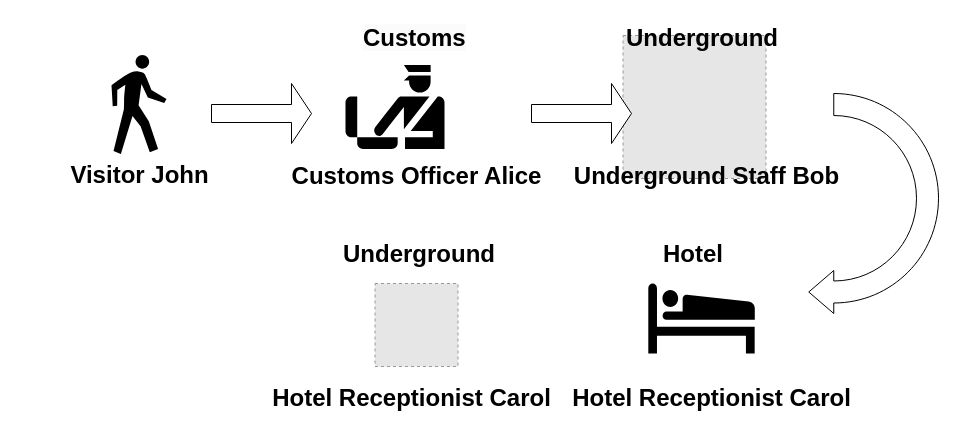
The draw.io diagram john trace.drawio in sunmiao0301/Public-Pic-Bed, before the edit. Source tidied: cells renumbered, new cells numbered last; positions are measured from the earlier drawing's top-left corner, leaving out a move shared by most shapes. Both pictures are drawn from the tidied source at 100%, with x=0, y=0 at pixel (111, 17). Pictures stored in the file or linked from it are replaced by grey dashed boxes.
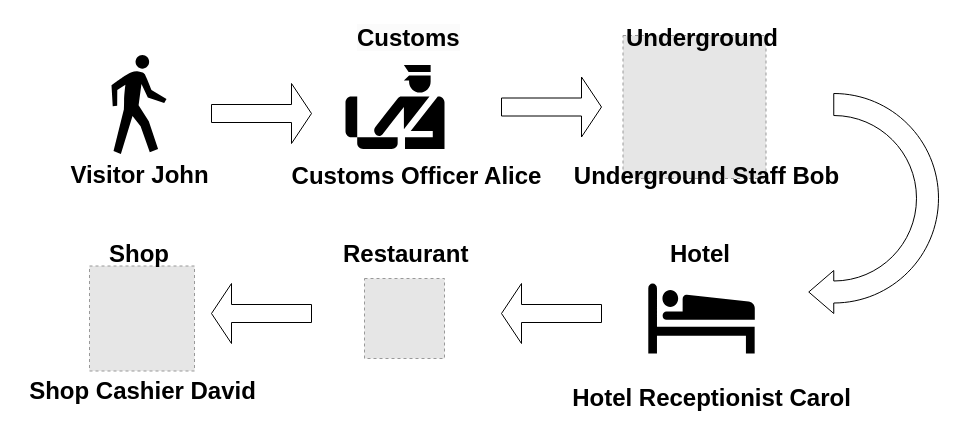
The same page after the edit.

Change to the diagram source:
```diff
@@
-    <mxCell id="4" style="group;" parent="1" vertex="1">
-      <mxGeometry x="170" width="270" height="179" as="geometry" />
-    </mxCell>
-    <mxCell id="5" style="shape=mxgraph.signs.travel.customs;html=1;fillColor=#000000;strokeColor=none;verticalLabelPosition=bottom;verticalAlign=top;align=center;" parent="4" vertex="1">
-      <mxGeometry x="64" y="47.5" width="99" height="84" as="geometry" />
-    </mxCell>
-    <mxCell id="6" value="&lt;b style=&quot;border-color: var(--border-color); font-size: 24px;&quot;&gt;Customs Officer Alice&lt;/b&gt;" style="text;html=1;align=center;verticalAlign=middle;strokeColor=none;fillColor=none;" parent="4" vertex="1">
-      <mxGeometry y="139" width="270" height="40" as="geometry" />
-    </mxCell>
-    <mxCell id="7" value="&lt;b style=&quot;border-color: var(--border-color); color: rgb(0, 0, 0); font-family: Helvetica; font-style: normal; font-variant-ligatures: normal; font-variant-caps: normal; letter-spacing: normal; orphans: 2; text-align: center; text-indent: 0px; text-transform: none; widows: 2; word-spacing: 0px; -webkit-text-stroke-width: 0px; background-color: rgb(251, 251, 251); text-decoration-thickness: initial; text-decoration-style: initial; text-decoration-color: initial; font-size: 24px;&quot;&gt;Customs&lt;/b&gt;" style="text;whiteSpace=wrap;html=1;" parent="4" vertex="1">
-      <mxGeometry x="80" width="140" height="50" as="geometry" />
-    </mxCell>
@@
-    <mxCell id="11" style="shape=singleArrow;whiteSpace=wrap;html=1;" parent="1" vertex="1">
-      <mxGeometry x="420" y="66" width="100" height="60" as="geometry" />
-    </mxCell>
@@
     <mxCell id="14" value="&lt;div style=&quot;text-align: center;&quot;&gt;&lt;span style=&quot;background-color: initial; font-size: 24px;&quot;&gt;&lt;b&gt;Hotel&lt;/b&gt;&lt;/span&gt;&lt;/div&gt;" style="text;whiteSpace=wrap;html=1;" parent="1" vertex="1">
-      <mxGeometry x="550" y="216" width="140" height="50" as="geometry" />
+      <mxGeometry x="557" y="216" width="140" height="50" as="geometry" />
     </mxCell>
@@
-    <mxCell id="16" value="&lt;div style=&quot;text-align: center;&quot;&gt;&lt;span style=&quot;background-color: initial; font-size: 24px;&quot;&gt;&lt;b&gt;Underground&lt;/b&gt;&lt;/span&gt;&lt;/div&gt;" style="text;whiteSpace=wrap;html=1;" parent="1" vertex="1">
+    <mxCell id="16" value="&lt;div style=&quot;text-align: center;&quot;&gt;&lt;span style=&quot;font-size: 24px;&quot;&gt;&lt;b&gt;Restaurant&lt;/b&gt;&lt;/span&gt;&lt;/div&gt;" style="text;whiteSpace=wrap;html=1;" parent="1" vertex="1">
       <mxGeometry x="230" y="216" width="140" height="50" as="geometry" />
     </mxCell>
     <mxCell id="17" style="fillColor=#E6E6E6;strokeColor=#999999;dashed=1;html=1;verticalAlign=top;verticalLabelPosition=bottom;labelBackgroundColor=#ffffff;" parent="1" vertex="1">
-      <mxGeometry x="263.5" y="266" width="83" height="83" as="geometry" />
+      <mxGeometry x="253" y="261" width="80" height="80" as="geometry" />
     </mxCell>
-    <mxCell id="18" value="&lt;font style=&quot;font-size: 24px;&quot;&gt;&lt;b&gt;Hotel Receptionist Carol&lt;/b&gt;&lt;/font&gt;" style="text;html=1;align=center;verticalAlign=middle;strokeColor=none;fillColor=none;" parent="1" vertex="1">
-      <mxGeometry x="150" y="361" width="300" height="40" as="geometry" />
-    </mxCell>
+    <mxCell id="19" style="shape=singleArrow;whiteSpace=wrap;html=1;rotation=-180;" parent="1" vertex="1">
+      <mxGeometry x="390" y="266" width="100" height="60" as="geometry" />
+    </mxCell>
+    <mxCell id="20" style="shape=singleArrow;whiteSpace=wrap;html=1;rotation=-180;" parent="1" vertex="1">
+      <mxGeometry x="100" y="266" width="100" height="60" as="geometry" />
+    </mxCell>
+    <mxCell id="21" style="fillColor=#E6E6E6;strokeColor=#999999;dashed=1;html=1;verticalAlign=top;verticalLabelPosition=bottom;labelBackgroundColor=#ffffff;" parent="1" vertex="1">
+      <mxGeometry x="-22" y="248.5" width="105" height="105" as="geometry" />
+    </mxCell>
+    <mxCell id="22" value="&lt;div style=&quot;&quot;&gt;&lt;span style=&quot;font-size: 24px;&quot;&gt;&lt;b&gt;Shop&lt;/b&gt;&lt;/span&gt;&lt;/div&gt;" style="text;whiteSpace=wrap;html=1;align=center;" parent="1" vertex="1">
+      <mxGeometry x="-42.5" y="216" width="140" height="50" as="geometry" />
+    </mxCell>
+    <mxCell id="23" value="&lt;font style=&quot;font-size: 24px;&quot;&gt;&lt;b&gt;Shop Cashier David&lt;/b&gt;&lt;/font&gt;" style="text;html=1;align=center;verticalAlign=middle;strokeColor=none;fillColor=none;" parent="1" vertex="1">
+      <mxGeometry x="-94.5" y="353.5" width="250" height="40" as="geometry" />
+    </mxCell>
+    <mxCell id="5" style="shape=mxgraph.signs.travel.customs;html=1;fillColor=#000000;strokeColor=none;verticalLabelPosition=bottom;verticalAlign=top;align=center;" parent="1" vertex="1">
+      <mxGeometry x="234" y="47.5" width="99" height="84" as="geometry" />
+    </mxCell>
+    <mxCell id="6" value="&lt;b style=&quot;border-color: var(--border-color); font-size: 24px;&quot;&gt;Customs Officer Alice&lt;/b&gt;" style="text;html=1;align=center;verticalAlign=middle;strokeColor=none;fillColor=none;" parent="1" vertex="1">
+      <mxGeometry x="170" y="139" width="270" height="40" as="geometry" />
+    </mxCell>
+    <mxCell id="7" value="&lt;b style=&quot;border-color: var(--border-color); color: rgb(0, 0, 0); font-family: Helvetica; font-style: normal; font-variant-ligatures: normal; font-variant-caps: normal; letter-spacing: normal; orphans: 2; text-align: center; text-indent: 0px; text-transform: none; widows: 2; word-spacing: 0px; -webkit-text-stroke-width: 0px; background-color: rgb(251, 251, 251); text-decoration-thickness: initial; text-decoration-style: initial; text-decoration-color: initial; font-size: 24px;&quot;&gt;Customs&lt;/b&gt;" style="text;whiteSpace=wrap;html=1;" parent="1" vertex="1">
+      <mxGeometry x="244" width="140" height="50" as="geometry" />
+    </mxCell>
+    <mxCell id="11" style="shape=singleArrow;whiteSpace=wrap;html=1;" parent="1" vertex="1">
+      <mxGeometry x="390" y="59.5" width="100" height="60" as="geometry" />
+    </mxCell>
```
